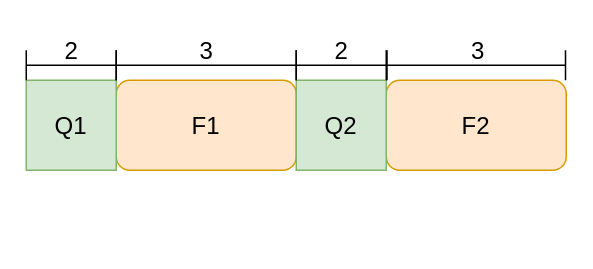
Earlier version of the draw.io diagram index.drawio (Dong-J93/_pictures). Source tidied: cells renumbered, new cells numbered last; positions are measured from the earlier drawing's top-left corner, leaving out a move shared by most shapes. Both pictures are drawn from the tidied source at 150%, with x=0, y=0 at pixel (26, 26).
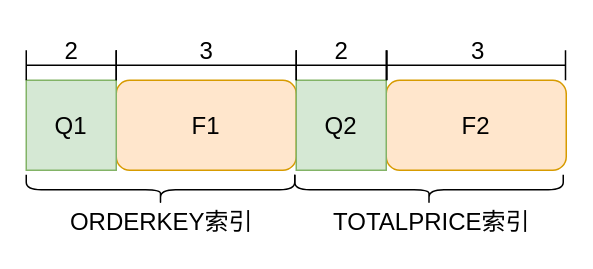
The same diagram, later.

What changed in the source:
```diff
@@
 <mxGraphModel>
   <root>
     <mxCell id="0" />
     <mxCell id="1" parent="0" />
     <mxCell id="2" value="F1" style="rounded=1;whiteSpace=wrap;html=1;fontSize=16;fillColor=#ffe6cc;strokeColor=#d79b00;" parent="1" vertex="1">
       <mxGeometry x="60" y="36" width="120" height="60" as="geometry" />
     </mxCell>
     <mxCell id="3" value="F2" style="rounded=1;whiteSpace=wrap;html=1;fontSize=16;fillColor=#ffe6cc;strokeColor=#d79b00;" parent="1" vertex="1">
       <mxGeometry x="240" y="36" width="120" height="60" as="geometry" />
     </mxCell>
     <mxCell id="4" value="Q1" style="rounded=0;whiteSpace=wrap;html=1;fontSize=16;fillColor=#d5e8d4;strokeColor=#82b366;" parent="1" vertex="1">
       <mxGeometry y="36" width="60" height="60" as="geometry" />
     </mxCell>
     <mxCell id="5" value="Q2" style="rounded=0;whiteSpace=wrap;html=1;fontSize=16;fillColor=#d5e8d4;strokeColor=#82b366;" parent="1" vertex="1">
       <mxGeometry x="180" y="36" width="60" height="60" as="geometry" />
     </mxCell>
     <mxCell id="6" style="shape=crossbar;whiteSpace=wrap;html=1;rounded=1;fontSize=16;" parent="1" vertex="1">
       <mxGeometry y="16" width="60" height="20" as="geometry" />
     </mxCell>
     <mxCell id="7" value="2" style="text;html=1;align=center;verticalAlign=middle;strokeColor=none;fillColor=none;fontSize=16;" parent="1" vertex="1">
       <mxGeometry x="16.5" width="27" height="31" as="geometry" />
     </mxCell>
     <mxCell id="8" style="shape=crossbar;whiteSpace=wrap;html=1;rounded=1;fontSize=16;" parent="1" vertex="1">
       <mxGeometry x="180" y="16" width="60" height="20" as="geometry" />
     </mxCell>
     <mxCell id="9" value="2" style="text;html=1;align=center;verticalAlign=middle;strokeColor=none;fillColor=none;fontSize=16;" parent="1" vertex="1">
       <mxGeometry x="196.5" width="27" height="31" as="geometry" />
     </mxCell>
     <mxCell id="10" style="shape=crossbar;whiteSpace=wrap;html=1;rounded=1;fontSize=16;" parent="1" vertex="1">
       <mxGeometry x="60" y="16" width="120" height="20" as="geometry" />
     </mxCell>
     <mxCell id="11" value="3" style="text;html=1;align=center;verticalAlign=middle;strokeColor=none;fillColor=none;fontSize=16;" parent="1" vertex="1">
       <mxGeometry x="106.5" width="27" height="31" as="geometry" />
     </mxCell>
     <mxCell id="12" style="shape=crossbar;whiteSpace=wrap;html=1;rounded=1;fontSize=16;" parent="1" vertex="1">
       <mxGeometry x="240.5" y="16" width="119" height="20" as="geometry" />
     </mxCell>
     <mxCell id="13" value="3" style="text;html=1;align=center;verticalAlign=middle;strokeColor=none;fillColor=none;fontSize=16;" parent="1" vertex="1">
       <mxGeometry x="287" width="27" height="31" as="geometry" />
     </mxCell>
+    <mxCell id="14" style="shape=curlyBracket;whiteSpace=wrap;html=1;rounded=1;flipH=1;labelPosition=right;verticalLabelPosition=middle;align=left;verticalAlign=middle;fontSize=16;direction=north;" parent="1" vertex="1">
+      <mxGeometry y="99" width="179" height="20" as="geometry" />
+    </mxCell>
+    <mxCell id="15" value="ORDERKEY索引" style="text;html=1;align=center;verticalAlign=middle;strokeColor=none;fillColor=none;fontSize=16;" parent="1" vertex="1">
+      <mxGeometry x="20" y="114" width="140" height="31" as="geometry" />
+    </mxCell>
+    <mxCell id="16" style="shape=curlyBracket;whiteSpace=wrap;html=1;rounded=1;flipH=1;labelPosition=right;verticalLabelPosition=middle;align=left;verticalAlign=middle;fontSize=16;direction=north;" parent="1" vertex="1">
+      <mxGeometry x="179" y="99" width="179" height="20" as="geometry" />
+    </mxCell>
+    <mxCell id="17" value="TOTALPRICE索引" style="text;html=1;align=center;verticalAlign=middle;strokeColor=none;fillColor=none;fontSize=16;" parent="1" vertex="1">
+      <mxGeometry x="195" y="114" width="149" height="31" as="geometry" />
+    </mxCell>
   </root>
 </mxGraphModel>
```
